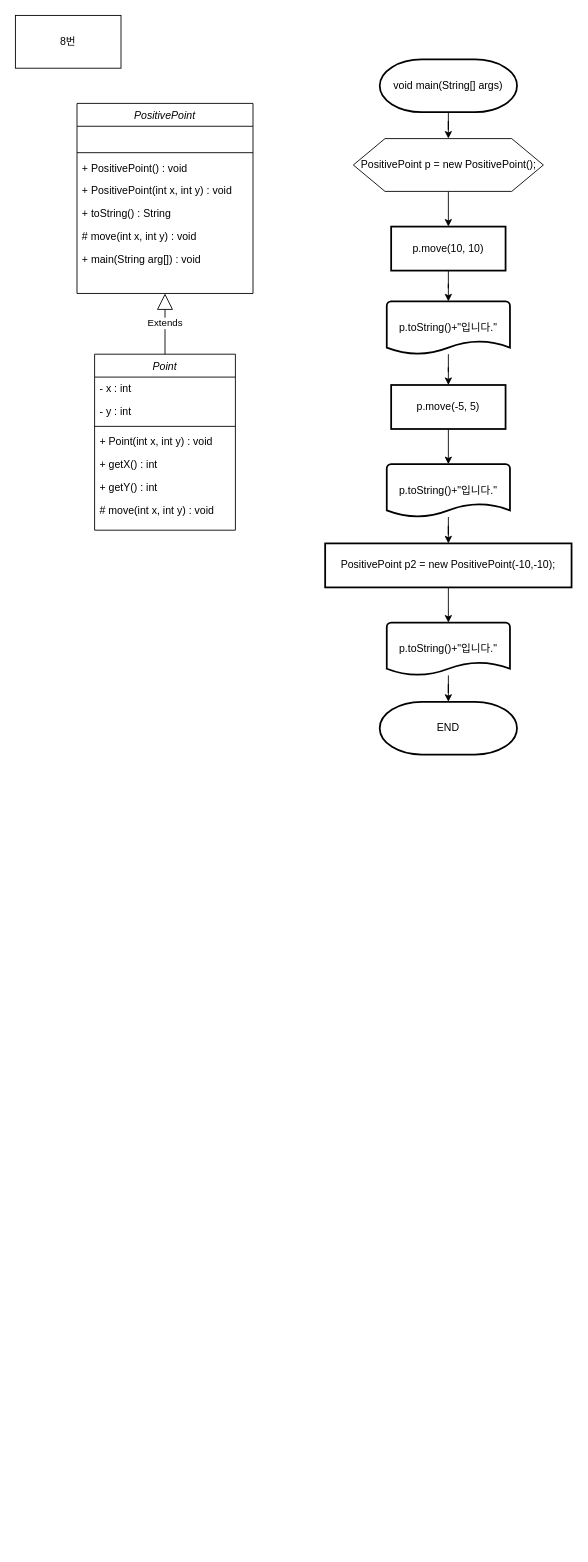
skatld123/NSH keeps this draw.io diagram as 5장 과제.drawio. Above is the earlier version. Source tidied: cells renumbered, new cells numbered last; positions are measured from the earlier drawing's top-left corner, leaving out a move shared by most shapes. Both pictures are drawn from the tidied source at 88%, with x=0, y=0 at pixel (15, 15).
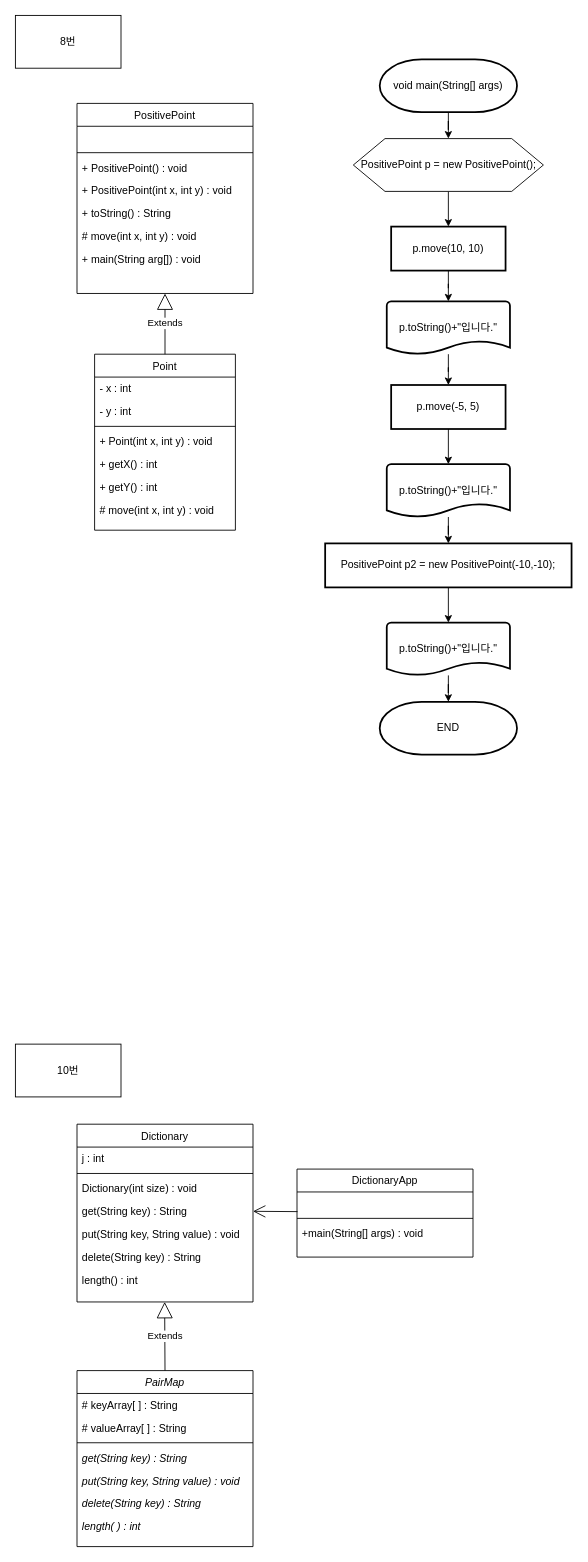
After the change.

Commit message:
5장 과제.drawio 업데이트

Diff of the diagram source:
```diff
@@
-    <mxCell id="2" value="Point" style="swimlane;fontStyle=2;align=center;verticalAlign=top;horizontal=1;startSize=26;rounded=0;shadow=0;strokeWidth=1;" parent="1" vertex="1">
+    <mxCell id="2" value="Point" style="swimlane;fontStyle=0;align=center;verticalAlign=top;horizontal=1;startSize=26;rounded=0;shadow=0;strokeWidth=1;" parent="1" vertex="1">
       <mxGeometry x="90" y="385" width="160" height="200" as="geometry" />
     </mxCell>
@@
-    <mxCell id="10" value="PositivePoint" style="swimlane;fontStyle=2;align=center;verticalAlign=top;horizontal=1;startSize=26;rounded=0;shadow=0;strokeWidth=1;" parent="1" vertex="1">
+    <mxCell id="10" value="PositivePoint" style="swimlane;fontStyle=0;align=center;verticalAlign=top;horizontal=1;startSize=26;rounded=0;shadow=0;strokeWidth=1;" parent="1" vertex="1">
       <mxGeometry x="70" y="100" width="200" height="216" as="geometry" />
     </mxCell>
@@
+    <mxCell id="37" value="10번" style="rounded=0;whiteSpace=wrap;html=1;align=center;" parent="1" vertex="1">
+      <mxGeometry y="1169" width="120" height="60" as="geometry" />
+    </mxCell>
+    <mxCell id="38" value="PairMap" style="swimlane;fontStyle=2;align=center;verticalAlign=top;horizontal=1;startSize=26;rounded=0;shadow=0;strokeWidth=1;" parent="1" vertex="1">
+      <mxGeometry x="70" y="1540" width="200" height="200" as="geometry" />
+    </mxCell>
+    <mxCell id="39" value="# keyArray[ ] : String" style="text;align=left;verticalAlign=top;spacingLeft=4;spacingRight=4;overflow=hidden;rounded=0;shadow=0;html=0;" parent="38" vertex="1">
+      <mxGeometry y="26" width="200" height="26" as="geometry" />
+    </mxCell>
+    <mxCell id="40" value="# valueArray[ ] : String" style="text;align=left;verticalAlign=top;spacingLeft=4;spacingRight=4;overflow=hidden;" parent="38" vertex="1">
+      <mxGeometry y="52" width="200" height="26" as="geometry" />
+    </mxCell>
+    <mxCell id="41" style="line;html=1;strokeWidth=1;align=left;verticalAlign=middle;spacingTop=-1;spacingLeft=3;spacingRight=3;labelPosition=right;" parent="38" vertex="1">
+      <mxGeometry y="78" width="200" height="8" as="geometry" />
+    </mxCell>
+    <mxCell id="42" value="get(String key) : String" style="text;align=left;verticalAlign=top;spacingLeft=4;spacingRight=4;overflow=hidden;fontStyle=2;" parent="38" vertex="1">
+      <mxGeometry y="86" width="200" height="26" as="geometry" />
+    </mxCell>
+    <mxCell id="43" value="put(String key, String value) : void" style="text;align=left;verticalAlign=top;spacingLeft=4;spacingRight=4;overflow=hidden;fontStyle=2;" parent="38" vertex="1">
+      <mxGeometry y="112" width="200" height="26" as="geometry" />
+    </mxCell>
+    <mxCell id="44" value="delete(String key) : String" style="text;align=left;verticalAlign=top;spacingLeft=4;spacingRight=4;overflow=hidden;fontStyle=2;" parent="38" vertex="1">
+      <mxGeometry y="138" width="200" height="26" as="geometry" />
+    </mxCell>
+    <mxCell id="45" value="length( ) : int" style="text;align=left;verticalAlign=top;spacingLeft=4;spacingRight=4;overflow=hidden;fontStyle=2;" parent="38" vertex="1">
+      <mxGeometry y="164" width="200" height="26" as="geometry" />
+    </mxCell>
+    <mxCell id="46" value="DictionaryApp" style="swimlane;fontStyle=0;align=center;verticalAlign=top;horizontal=1;startSize=26;rounded=0;shadow=0;strokeWidth=1;" parent="1" vertex="1">
+      <mxGeometry x="320" y="1311" width="200" height="100" as="geometry" />
+    </mxCell>
+    <mxCell id="47" value=" " style="text;align=left;verticalAlign=top;spacingLeft=4;spacingRight=4;overflow=hidden;points=[[0,0.5],[1,0.5]];portConstraint=eastwest;rounded=0;shadow=0;html=0;" parent="46" vertex="1">
+      <mxGeometry y="26" width="200" height="26" as="geometry" />
+    </mxCell>
+    <mxCell id="48" style="line;html=1;strokeWidth=1;align=left;verticalAlign=middle;spacingTop=-1;spacingLeft=3;spacingRight=3;labelPosition=right;" parent="46" vertex="1">
+      <mxGeometry y="52" width="200" height="8" as="geometry" />
+    </mxCell>
+    <mxCell id="49" value="+main(String[] args) : void" style="text;align=left;verticalAlign=top;spacingLeft=4;spacingRight=4;overflow=hidden;" parent="46" vertex="1">
+      <mxGeometry y="60" width="200" height="26" as="geometry" />
+    </mxCell>
+    <mxCell id="50" value="Dictionary" style="swimlane;fontStyle=0;align=center;verticalAlign=top;horizontal=1;startSize=26;rounded=0;shadow=0;strokeWidth=1;" parent="1" vertex="1">
+      <mxGeometry x="70" y="1260" width="200" height="202" as="geometry" />
+    </mxCell>
+    <mxCell id="51" value="j : int " style="text;align=left;verticalAlign=top;spacingLeft=4;spacingRight=4;overflow=hidden;rounded=0;shadow=0;html=0;" parent="50" vertex="1">
+      <mxGeometry y="26" width="200" height="26" as="geometry" />
+    </mxCell>
+    <mxCell id="52" style="line;html=1;strokeWidth=1;align=left;verticalAlign=middle;spacingTop=-1;spacingLeft=3;spacingRight=3;labelPosition=right;" parent="50" vertex="1">
+      <mxGeometry y="52" width="200" height="8" as="geometry" />
+    </mxCell>
+    <mxCell id="53" value="Dictionary(int size) : void" style="text;align=left;verticalAlign=top;spacingLeft=4;spacingRight=4;overflow=hidden;" parent="50" vertex="1">
+      <mxGeometry y="60" width="200" height="26" as="geometry" />
+    </mxCell>
+    <mxCell id="54" value="get(String key) : String" style="text;align=left;verticalAlign=top;spacingLeft=4;spacingRight=4;overflow=hidden;points=[[0,0.5],[1,0.5]];portConstraint=eastwest;" parent="50" vertex="1">
+      <mxGeometry y="86" width="200" height="26" as="geometry" />
+    </mxCell>
+    <mxCell id="55" value="put(String key, String value) : void" style="text;align=left;verticalAlign=top;spacingLeft=4;spacingRight=4;overflow=hidden;" parent="50" vertex="1">
+      <mxGeometry y="112" width="200" height="26" as="geometry" />
+    </mxCell>
+    <mxCell id="56" value="delete(String key) : String" style="text;align=left;verticalAlign=top;spacingLeft=4;spacingRight=4;overflow=hidden;" parent="50" vertex="1">
+      <mxGeometry y="138" width="200" height="26" as="geometry" />
+    </mxCell>
+    <mxCell id="57" value="length() : int" style="text;align=left;verticalAlign=top;spacingLeft=4;spacingRight=4;overflow=hidden;" parent="50" vertex="1">
+      <mxGeometry y="164" width="200" height="26" as="geometry" />
+    </mxCell>
+    <mxCell id="58" value="Extends" style="endArrow=block;endSize=16;endFill=0;html=1;entryX=0.5;entryY=1;entryDx=0;entryDy=0;exitX=0.5;exitY=0;exitDx=0;exitDy=0;" parent="1" edge="1" source="38">
+      <mxGeometry relative="1" as="geometry">
+        <mxPoint x="169.6" y="1462" as="targetPoint" />
+      </mxGeometry>
+    </mxCell>
+    <mxCell id="59" style="endArrow=open;endFill=1;endSize=12;html=1;entryX=1;entryY=0.5;entryDx=0;entryDy=0;exitX=0.003;exitY=0.859;exitDx=0;exitDy=0;exitPerimeter=0;" parent="1" edge="1" source="47" target="54">
+      <mxGeometry relative="1" as="geometry" />
+    </mxCell>
```
